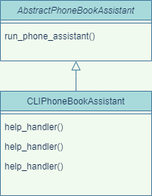
Earlier version of the draw.io export personal_assistant.drawio.png (AndriiBobanych/goit_web_unit2_abstract_classes_personal_assistant). Source tidied: cells renumbered, new cells last; positions are measured from the earlier drawing's top-left corner, leaving out a move shared by most shapes.
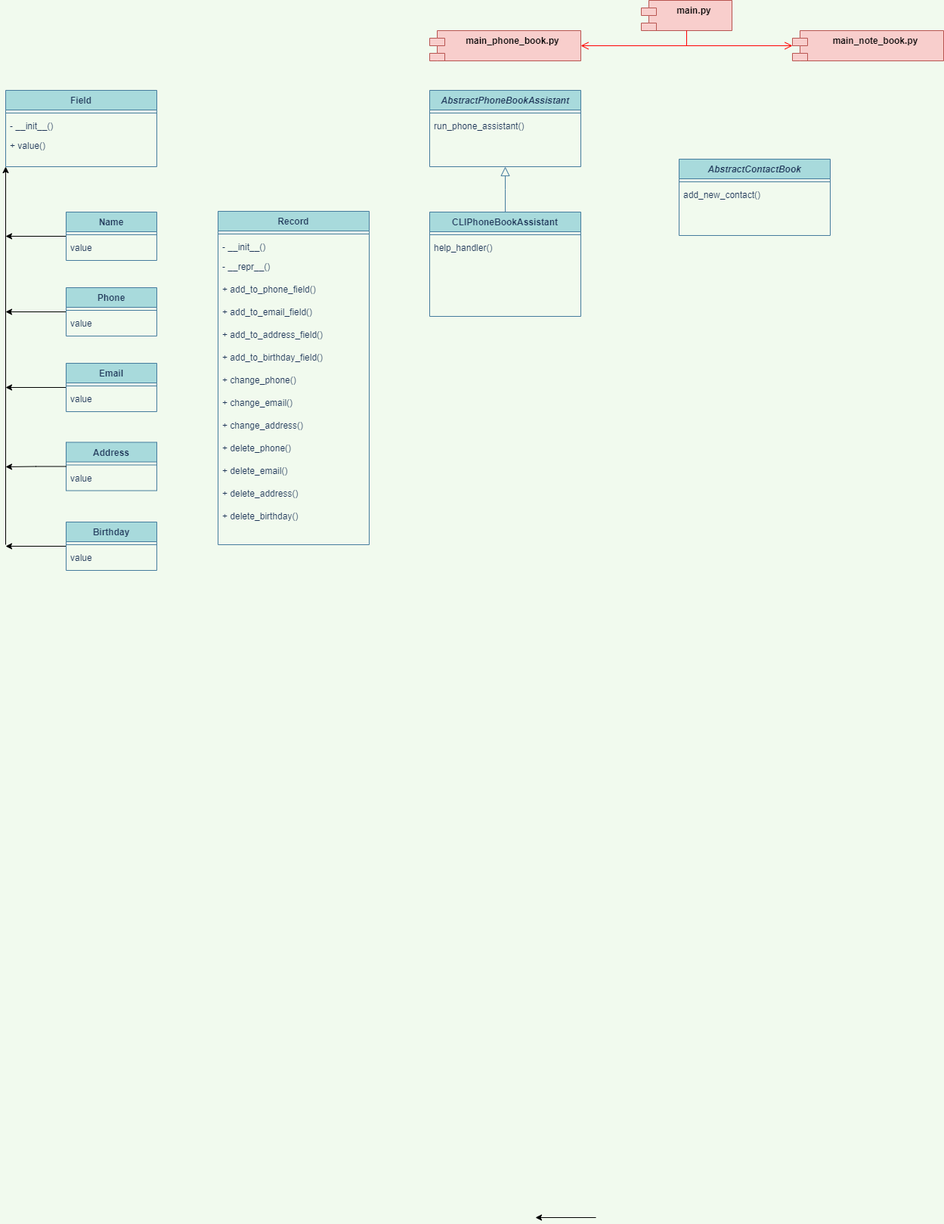
Above is the later version.

What changed in the source:
```diff
@@ -2,8 +2,8 @@
   <root>
     <mxCell id="0" />
     <mxCell id="1" parent="0" />
-    <mxCell id="2" value="AbstractPhoneBookAssistant" style="swimlane;fontStyle=2;align=center;verticalAlign=top;horizontal=1;startSize=26;rounded=0;shadow=0;strokeWidth=1;fillColor=#A8DADC;strokeColor=#457B9D;fontColor=#1D3557;" parent="1" vertex="1">
-      <mxGeometry width="200" height="80" as="geometry" />
+    <mxCell id="2" value="AbstractPhoneBookAssistant" style="swimlane;fontStyle=3;align=center;verticalAlign=top;horizontal=1;startSize=26;rounded=0;shadow=0;strokeWidth=1;fillColor=#A8DADC;strokeColor=#457B9D;fontColor=#1D3557;" parent="1" vertex="1">
+      <mxGeometry y="79" width="200" height="101" as="geometry" />
     </mxCell>
     <mxCell id="3" style="line;html=1;strokeWidth=1;align=left;verticalAlign=middle;spacingTop=-1;spacingLeft=3;spacingRight=3;labelPosition=right;labelBackgroundColor=#F1FAEE;fillColor=#A8DADC;strokeColor=#457B9D;fontColor=#1D3557;" parent="2" vertex="1">
       <mxGeometry y="26" width="200" height="8" as="geometry" />
@@ -11,8 +11,8 @@
     <mxCell id="4" value="run_phone_assistant()" style="text;align=left;verticalAlign=top;spacingLeft=4;spacingRight=4;overflow=hidden;fontColor=#1D3557;" parent="2" vertex="1">
       <mxGeometry y="34" width="200" height="26" as="geometry" />
     </mxCell>
-    <mxCell id="5" value="CLIPhoneBookAssistant" style="swimlane;fontStyle=0;align=center;verticalAlign=top;horizontal=1;startSize=26;rounded=0;shadow=0;strokeWidth=1;fillColor=#A8DADC;strokeColor=#457B9D;fontColor=#1D3557;" parent="1" vertex="1">
-      <mxGeometry y="120" width="200" height="138" as="geometry" />
+    <mxCell id="5" value="CLIPhoneBookAssistant" style="swimlane;fontStyle=1;align=center;verticalAlign=top;horizontal=1;startSize=26;rounded=0;shadow=0;strokeWidth=1;fillColor=#A8DADC;strokeColor=#457B9D;fontColor=#1D3557;" parent="1" vertex="1">
+      <mxGeometry y="240" width="200" height="138" as="geometry" />
     </mxCell>
     <mxCell id="6" style="line;html=1;strokeWidth=1;align=left;verticalAlign=middle;spacingTop=-1;spacingLeft=3;spacingRight=3;labelPosition=right;labelBackgroundColor=#F1FAEE;fillColor=#A8DADC;strokeColor=#457B9D;fontColor=#1D3557;" parent="5" vertex="1">
       <mxGeometry y="26" width="200" height="8" as="geometry" />
@@ -20,14 +20,170 @@
     <mxCell id="7" value="help_handler()" style="text;align=left;verticalAlign=top;spacingLeft=4;spacingRight=4;overflow=hidden;fontColor=#1D3557;" parent="5" vertex="1">
       <mxGeometry y="34" width="200" height="26" as="geometry" />
     </mxCell>
-    <mxCell id="8" value="help_handler()" style="text;align=left;verticalAlign=top;spacingLeft=4;spacingRight=4;overflow=hidden;fontColor=#1D3557;" parent="5" vertex="1">
-      <mxGeometry y="60" width="200" height="26" as="geometry" />
-    </mxCell>
-    <mxCell id="9" value="help_handler()" style="text;align=left;verticalAlign=top;spacingLeft=4;spacingRight=4;overflow=hidden;fontColor=#1D3557;" parent="5" vertex="1">
-      <mxGeometry y="86" width="200" height="26" as="geometry" />
-    </mxCell>
     <mxCell id="10" style="endArrow=block;endSize=10;endFill=0;shadow=0;strokeWidth=1;rounded=0;edgeStyle=elbowEdgeStyle;elbow=vertical;labelBackgroundColor=#F1FAEE;strokeColor=#457B9D;fontColor=#1D3557;" parent="1" edge="1" source="5" target="2">
       <mxGeometry relative="1" as="geometry" />
     </mxCell>
+    <mxCell id="11" value="main.py" style="shape=module;align=left;spacingLeft=20;align=center;verticalAlign=top;fillColor=#f8cecc;strokeColor=#b85450;fontStyle=1;" parent="1" vertex="1">
+      <mxGeometry x="280" y="-40" width="120" height="40" as="geometry" />
+    </mxCell>
+    <mxCell id="12" value="main_phone_book.py" style="shape=module;align=left;spacingLeft=20;align=center;verticalAlign=top;fillColor=#f8cecc;strokeColor=#b85450;fontStyle=1;" parent="1" vertex="1">
+      <mxGeometry width="200" height="40" as="geometry" />
+    </mxCell>
+    <mxCell id="13" value="main_note_book.py" style="shape=module;align=left;spacingLeft=20;align=center;verticalAlign=top;fillColor=#f8cecc;strokeColor=#b85450;fontStyle=1;" parent="1" vertex="1">
+      <mxGeometry x="480" width="200" height="40" as="geometry" />
+    </mxCell>
+    <mxCell id="14" style="edgeStyle=orthogonalEdgeStyle;html=1;verticalAlign=bottom;endArrow=open;endSize=8;strokeColor=#ff0000;rounded=0;entryX=1;entryY=0.5;entryDx=0;entryDy=0;exitX=0.5;exitY=1;exitDx=0;exitDy=0;" parent="1" edge="1" source="11" target="12">
+      <mxGeometry relative="1" as="geometry" />
+    </mxCell>
+    <mxCell id="15" style="edgeStyle=orthogonalEdgeStyle;html=1;verticalAlign=bottom;endArrow=open;endSize=8;strokeColor=#ff0000;rounded=0;exitX=0.5;exitY=1;exitDx=0;exitDy=0;" parent="1" edge="1" source="11" target="13">
+      <mxGeometry relative="1" as="geometry" />
+    </mxCell>
+    <mxCell id="16" value="Field" style="swimlane;fontStyle=1;align=center;verticalAlign=top;horizontal=1;startSize=26;rounded=0;shadow=0;strokeWidth=1;fillColor=#A8DADC;strokeColor=#457B9D;fontColor=#1D3557;" parent="1" vertex="1">
+      <mxGeometry x="-561" y="79" width="200" height="101" as="geometry" />
+    </mxCell>
+    <mxCell id="17" style="line;html=1;strokeWidth=1;align=left;verticalAlign=middle;spacingTop=-1;spacingLeft=3;spacingRight=3;labelPosition=right;labelBackgroundColor=#F1FAEE;fillColor=#A8DADC;strokeColor=#457B9D;fontColor=#1D3557;" parent="16" vertex="1">
+      <mxGeometry y="26" width="200" height="8" as="geometry" />
+    </mxCell>
+    <mxCell id="18" value="- __init__()" style="text;align=left;verticalAlign=top;spacingLeft=4;spacingRight=4;overflow=hidden;fontColor=#1D3557;" parent="16" vertex="1">
+      <mxGeometry y="34" width="200" height="26" as="geometry" />
+    </mxCell>
+    <mxCell id="19" value="+ value()" style="text;align=left;verticalAlign=top;spacingLeft=4;spacingRight=4;overflow=hidden;fontColor=#1D3557;" parent="16" vertex="1">
+      <mxGeometry y="60" width="200" height="30" as="geometry" />
+    </mxCell>
+    <mxCell id="20" style="edgeStyle=orthogonalEdgeStyle;rounded=0;jettySize=auto;html=1;exitX=0;exitY=0.5;exitDx=0;exitDy=0;" parent="1" edge="1" source="21">
+      <mxGeometry relative="1" as="geometry">
+        <mxPoint x="-561" y="272" as="targetPoint" />
+      </mxGeometry>
+    </mxCell>
+    <mxCell id="21" value="Name" style="swimlane;fontStyle=1;align=center;verticalAlign=top;horizontal=1;startSize=26;rounded=0;shadow=0;strokeWidth=1;fillColor=#A8DADC;strokeColor=#457B9D;fontColor=#1D3557;" parent="1" vertex="1">
+      <mxGeometry x="-481" y="240" width="120" height="64" as="geometry" />
+    </mxCell>
+    <mxCell id="22" style="line;html=1;strokeWidth=1;align=left;verticalAlign=middle;spacingTop=-1;spacingLeft=3;spacingRight=3;labelPosition=right;labelBackgroundColor=#F1FAEE;fillColor=#A8DADC;strokeColor=#457B9D;fontColor=#1D3557;" parent="21" vertex="1">
+      <mxGeometry y="26" width="120" height="8" as="geometry" />
+    </mxCell>
+    <mxCell id="23" value="value" style="text;align=left;verticalAlign=top;spacingLeft=4;spacingRight=4;overflow=hidden;fontColor=#1D3557;" parent="21" vertex="1">
+      <mxGeometry y="34" width="120" height="30" as="geometry" />
+    </mxCell>
+    <mxCell id="24" style="edgeStyle=orthogonalEdgeStyle;rounded=0;jettySize=auto;html=1;exitX=0;exitY=0.5;exitDx=0;exitDy=0;" parent="1" edge="1" source="25">
+      <mxGeometry relative="1" as="geometry">
+        <mxPoint x="-561" y="372" as="targetPoint" />
+      </mxGeometry>
+    </mxCell>
+    <mxCell id="25" value="Phone" style="swimlane;fontStyle=1;align=center;verticalAlign=top;horizontal=1;startSize=26;rounded=0;shadow=0;strokeWidth=1;fillColor=#A8DADC;strokeColor=#457B9D;fontColor=#1D3557;" parent="1" vertex="1">
+      <mxGeometry x="-481" y="340" width="120" height="64" as="geometry" />
+    </mxCell>
+    <mxCell id="26" style="line;html=1;strokeWidth=1;align=left;verticalAlign=middle;spacingTop=-1;spacingLeft=3;spacingRight=3;labelPosition=right;labelBackgroundColor=#F1FAEE;fillColor=#A8DADC;strokeColor=#457B9D;fontColor=#1D3557;" parent="25" vertex="1">
+      <mxGeometry y="26" width="120" height="8" as="geometry" />
+    </mxCell>
+    <mxCell id="27" value="value" style="text;align=left;verticalAlign=top;spacingLeft=4;spacingRight=4;overflow=hidden;fontColor=#1D3557;" parent="25" vertex="1">
+      <mxGeometry y="34" width="120" height="30" as="geometry" />
+    </mxCell>
+    <mxCell id="28" style="edgeStyle=orthogonalEdgeStyle;rounded=0;jettySize=auto;html=1;exitX=0;exitY=0.5;exitDx=0;exitDy=0;" parent="1" edge="1" source="29">
+      <mxGeometry relative="1" as="geometry">
+        <mxPoint x="-561" y="472" as="targetPoint" />
+      </mxGeometry>
+    </mxCell>
+    <mxCell id="29" value="Email" style="swimlane;fontStyle=1;align=center;verticalAlign=top;horizontal=1;startSize=26;rounded=0;shadow=0;strokeWidth=1;fillColor=#A8DADC;strokeColor=#457B9D;fontColor=#1D3557;" parent="1" vertex="1">
+      <mxGeometry x="-481" y="440" width="120" height="64" as="geometry" />
+    </mxCell>
+    <mxCell id="30" style="line;html=1;strokeWidth=1;align=left;verticalAlign=middle;spacingTop=-1;spacingLeft=3;spacingRight=3;labelPosition=right;labelBackgroundColor=#F1FAEE;fillColor=#A8DADC;strokeColor=#457B9D;fontColor=#1D3557;" parent="29" vertex="1">
+      <mxGeometry y="26" width="120" height="8" as="geometry" />
+    </mxCell>
+    <mxCell id="31" value="value" style="text;align=left;verticalAlign=top;spacingLeft=4;spacingRight=4;overflow=hidden;fontColor=#1D3557;" parent="29" vertex="1">
+      <mxGeometry y="34" width="120" height="30" as="geometry" />
+    </mxCell>
+    <mxCell id="32" style="edgeStyle=orthogonalEdgeStyle;rounded=0;jettySize=auto;html=1;exitX=0;exitY=0.5;exitDx=0;exitDy=0;" parent="1" edge="1" source="33">
+      <mxGeometry relative="1" as="geometry">
+        <mxPoint x="-561" y="682" as="targetPoint" />
+      </mxGeometry>
+    </mxCell>
+    <mxCell id="33" value="Birthday" style="swimlane;fontStyle=1;align=center;verticalAlign=top;horizontal=1;startSize=26;rounded=0;shadow=0;strokeWidth=1;fillColor=#A8DADC;strokeColor=#457B9D;fontColor=#1D3557;" parent="1" vertex="1">
+      <mxGeometry x="-481" y="650" width="120" height="64" as="geometry" />
+    </mxCell>
+    <mxCell id="34" style="line;html=1;strokeWidth=1;align=left;verticalAlign=middle;spacingTop=-1;spacingLeft=3;spacingRight=3;labelPosition=right;labelBackgroundColor=#F1FAEE;fillColor=#A8DADC;strokeColor=#457B9D;fontColor=#1D3557;" parent="33" vertex="1">
+      <mxGeometry y="26" width="120" height="8" as="geometry" />
+    </mxCell>
+    <mxCell id="35" value="value" style="text;align=left;verticalAlign=top;spacingLeft=4;spacingRight=4;overflow=hidden;fontColor=#1D3557;" parent="33" vertex="1">
+      <mxGeometry y="34" width="120" height="30" as="geometry" />
+    </mxCell>
+    <mxCell id="36" value="Address" style="swimlane;fontStyle=1;align=center;verticalAlign=top;horizontal=1;startSize=26;rounded=0;shadow=0;strokeWidth=1;fillColor=#A8DADC;strokeColor=#457B9D;fontColor=#1D3557;" parent="1" vertex="1">
+      <mxGeometry x="-481" y="544.5" width="120" height="64" as="geometry" />
+    </mxCell>
+    <mxCell id="37" style="line;html=1;strokeWidth=1;align=left;verticalAlign=middle;spacingTop=-1;spacingLeft=3;spacingRight=3;labelPosition=right;labelBackgroundColor=#F1FAEE;fillColor=#A8DADC;strokeColor=#457B9D;fontColor=#1D3557;" parent="36" vertex="1">
+      <mxGeometry y="26" width="120" height="8" as="geometry" />
+    </mxCell>
+    <mxCell id="38" value="value" style="text;align=left;verticalAlign=top;spacingLeft=4;spacingRight=4;overflow=hidden;fontColor=#1D3557;" parent="36" vertex="1">
+      <mxGeometry y="34" width="120" height="30" as="geometry" />
+    </mxCell>
+    <mxCell id="39" style="edgeStyle=orthogonalEdgeStyle;rounded=0;jettySize=auto;html=1;entryX=0;entryY=1;entryDx=0;entryDy=0;" parent="1" edge="1" target="16">
+      <mxGeometry relative="1" as="geometry">
+        <mxPoint x="-561" y="680" as="sourcePoint" />
+      </mxGeometry>
+    </mxCell>
+    <mxCell id="40" style="edgeStyle=orthogonalEdgeStyle;rounded=0;orthogonalLoop=1;jettySize=auto;html=1;exitX=0;exitY=0.5;exitDx=0;exitDy=0;" parent="1" edge="1">
+      <mxGeometry relative="1" as="geometry">
+        <mxPoint x="220" y="1570" as="sourcePoint" />
+        <mxPoint x="140" y="1570" as="targetPoint" />
+      </mxGeometry>
+    </mxCell>
+    <mxCell id="41" style="edgeStyle=orthogonalEdgeStyle;rounded=0;jettySize=auto;html=1;" parent="1" edge="1" source="36">
+      <mxGeometry relative="1" as="geometry">
+        <mxPoint x="-561" y="577" as="targetPoint" />
+      </mxGeometry>
+    </mxCell>
+    <mxCell id="42" value="Record" style="swimlane;fontStyle=1;align=center;verticalAlign=top;horizontal=1;startSize=26;rounded=0;shadow=0;strokeWidth=1;fillColor=#A8DADC;strokeColor=#457B9D;fontColor=#1D3557;" parent="1" vertex="1">
+      <mxGeometry x="-280" y="239" width="200" height="441" as="geometry" />
+    </mxCell>
+    <mxCell id="43" style="line;html=1;strokeWidth=1;align=left;verticalAlign=middle;spacingTop=-1;spacingLeft=3;spacingRight=3;labelPosition=right;labelBackgroundColor=#F1FAEE;fillColor=#A8DADC;strokeColor=#457B9D;fontColor=#1D3557;" parent="42" vertex="1">
+      <mxGeometry y="26" width="200" height="8" as="geometry" />
+    </mxCell>
+    <mxCell id="44" value="- __init__()" style="text;align=left;verticalAlign=top;spacingLeft=4;spacingRight=4;overflow=hidden;fontColor=#1D3557;" parent="42" vertex="1">
+      <mxGeometry y="34" width="200" height="26" as="geometry" />
+    </mxCell>
+    <mxCell id="45" value="- __repr__()" style="text;align=left;verticalAlign=top;spacingLeft=4;spacingRight=4;overflow=hidden;fontColor=#1D3557;" parent="42" vertex="1">
+      <mxGeometry y="60" width="200" height="30" as="geometry" />
+    </mxCell>
+    <mxCell id="46" value="+ add_to_phone_field()" style="text;align=left;verticalAlign=top;spacingLeft=4;spacingRight=4;overflow=hidden;fontColor=#1D3557;" parent="42" vertex="1">
+      <mxGeometry y="90" width="200" height="30" as="geometry" />
+    </mxCell>
+    <mxCell id="47" value="+ add_to_email_field()" style="text;align=left;verticalAlign=top;spacingLeft=4;spacingRight=4;overflow=hidden;fontColor=#1D3557;" parent="42" vertex="1">
+      <mxGeometry y="120" width="200" height="30" as="geometry" />
+    </mxCell>
+    <mxCell id="48" value="+ add_to_address_field()" style="text;align=left;verticalAlign=top;spacingLeft=4;spacingRight=4;overflow=hidden;fontColor=#1D3557;" parent="42" vertex="1">
+      <mxGeometry y="150" width="200" height="30" as="geometry" />
+    </mxCell>
+    <mxCell id="49" value="+ add_to_birthday_field()" style="text;align=left;verticalAlign=top;spacingLeft=4;spacingRight=4;overflow=hidden;fontColor=#1D3557;" parent="42" vertex="1">
+      <mxGeometry y="180" width="200" height="30" as="geometry" />
+    </mxCell>
+    <mxCell id="50" value="+ change_phone()" style="text;align=left;verticalAlign=top;spacingLeft=4;spacingRight=4;overflow=hidden;fontColor=#1D3557;" parent="42" vertex="1">
+      <mxGeometry y="210" width="200" height="30" as="geometry" />
+    </mxCell>
+    <mxCell id="51" value="+ change_email()" style="text;align=left;verticalAlign=top;spacingLeft=4;spacingRight=4;overflow=hidden;fontColor=#1D3557;" parent="42" vertex="1">
+      <mxGeometry y="240" width="200" height="30" as="geometry" />
+    </mxCell>
+    <mxCell id="52" value="+ change_address()" style="text;align=left;verticalAlign=top;spacingLeft=4;spacingRight=4;overflow=hidden;fontColor=#1D3557;" parent="42" vertex="1">
+      <mxGeometry y="270" width="200" height="30" as="geometry" />
+    </mxCell>
+    <mxCell id="53" value="+ delete_phone()" style="text;align=left;verticalAlign=top;spacingLeft=4;spacingRight=4;overflow=hidden;fontColor=#1D3557;" parent="42" vertex="1">
+      <mxGeometry y="300" width="200" height="30" as="geometry" />
+    </mxCell>
+    <mxCell id="54" value="+ delete_email()" style="text;align=left;verticalAlign=top;spacingLeft=4;spacingRight=4;overflow=hidden;fontColor=#1D3557;" parent="42" vertex="1">
+      <mxGeometry y="330" width="200" height="30" as="geometry" />
+    </mxCell>
+    <mxCell id="55" value="+ delete_address()" style="text;align=left;verticalAlign=top;spacingLeft=4;spacingRight=4;overflow=hidden;fontColor=#1D3557;" parent="42" vertex="1">
+      <mxGeometry y="360" width="200" height="30" as="geometry" />
+    </mxCell>
+    <mxCell id="56" value="+ delete_birthday()" style="text;align=left;verticalAlign=top;spacingLeft=4;spacingRight=4;overflow=hidden;fontColor=#1D3557;" parent="42" vertex="1">
+      <mxGeometry y="390" width="200" height="30" as="geometry" />
+    </mxCell>
+    <mxCell id="57" value="AbstractContactBook" style="swimlane;fontStyle=3;align=center;verticalAlign=top;horizontal=1;startSize=26;rounded=0;shadow=0;strokeWidth=1;fillColor=#A8DADC;strokeColor=#457B9D;fontColor=#1D3557;" parent="1" vertex="1">
+      <mxGeometry x="330" y="170" width="200" height="101" as="geometry" />
+    </mxCell>
+    <mxCell id="58" style="line;html=1;strokeWidth=1;align=left;verticalAlign=middle;spacingTop=-1;spacingLeft=3;spacingRight=3;labelPosition=right;labelBackgroundColor=#F1FAEE;fillColor=#A8DADC;strokeColor=#457B9D;fontColor=#1D3557;" parent="57" vertex="1">
+      <mxGeometry y="26" width="200" height="8" as="geometry" />
+    </mxCell>
+    <mxCell id="59" value="add_new_contact()" style="text;align=left;verticalAlign=top;spacingLeft=4;spacingRight=4;overflow=hidden;fontColor=#1D3557;" parent="57" vertex="1">
+      <mxGeometry y="34" width="200" height="26" as="geometry" />
+    </mxCell>
   </root>
 </mxGraphModel>
```
